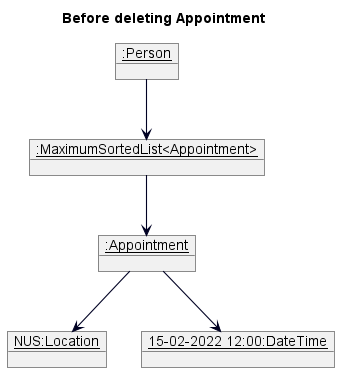
Before: docs/images/BeforeDeleteAppointmentObjectDiagram.png, a diagram exported from PlantUML (nus-cs2103-AY2223S1/tp).
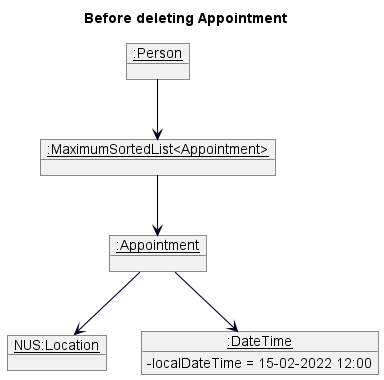
The same file after the commit.

Commit message:
Edit object diagram for datetime

Diff of the diagram source:
```diff
@@ -19,8 +19,10 @@
 object "__NUS:Location__" as location {
 }
 
-object "__15-02-2022 12:00:DateTime__" as dateTime {
+object "__:DateTime__" as dateTime {
+ - localDateTime = 15-02-2022 12:00
 }
+
 
 person --> appointmentList
 appointmentList --> appointment
```
